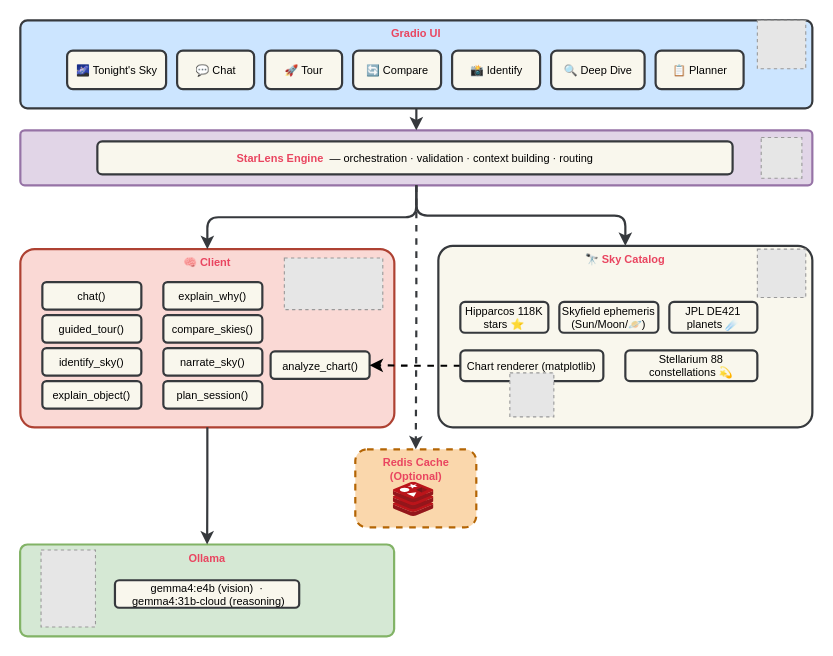
Before: docs/architecture.drawio in imjoseangel/starlens, a draw.io diagram. Source tidied: cells renumbered, new cells numbered last; positions are measured from the earlier drawing's top-left corner, leaving out a move shared by most shapes. Both pictures are drawn from the tidied source at 110%, with x=0, y=0 at pixel (20, 20). Pictures stored in the file or linked from it are replaced by grey dashed boxes.
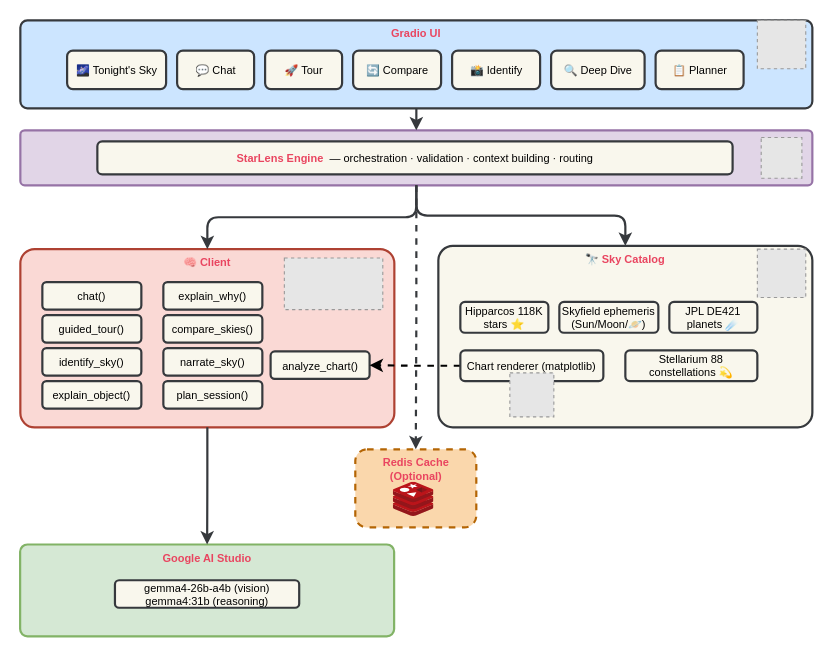
Above is the later version.

Change to the diagram source:
```diff
@@
-    <mxCell id="30" value="&lt;b style=&quot;white-space: nowrap;&quot;&gt;&lt;font color=&quot;#e94560&quot;&gt;Ollama&lt;/font&gt;&lt;/b&gt;" style="rounded=1;fillColor=#d5e8d4;strokeColor=#82b366;arcSize=8;strokeWidth=2;fontSize=10;whiteSpace=wrap;html=1;verticalAlign=top;" parent="1" vertex="1">
+    <mxCell id="30" value="&lt;font color=&quot;#e94560&quot;&gt;&lt;span style=&quot;text-wrap-mode: nowrap;&quot;&gt;&lt;b&gt;Google AI Studio&lt;/b&gt;&lt;/span&gt;&lt;/font&gt;" style="rounded=1;fillColor=#d5e8d4;strokeColor=#82b366;arcSize=8;strokeWidth=2;fontSize=10;whiteSpace=wrap;html=1;verticalAlign=top;" parent="1" vertex="1">
       <mxGeometry x="-0.2" y="476.5" width="340" height="83.5" as="geometry" />
     </mxCell>
@@
-    <mxCell id="37" value="gemma4:e4b (vision)&amp;nbsp; · &amp;nbsp;gemma4:31b-cloud (reasoning)" style="rounded=1;whiteSpace=wrap;html=1;fillColor=#f9f7ed;strokeColor=#36393d;fontSize=10;strokeWidth=2;" parent="1" vertex="1">
+    <mxCell id="37" value="gemma4-26b-a4b (vision)&lt;br&gt;gemma4:31b (reasoning)" style="rounded=1;whiteSpace=wrap;html=1;fillColor=#f9f7ed;strokeColor=#36393d;fontSize=10;strokeWidth=2;" parent="1" vertex="1">
       <mxGeometry x="86" y="509" width="167.5" height="25" as="geometry" />
     </mxCell>
-    <mxCell id="38" style="fillColor=#E6E6E6;strokeColor=#999999;dashed=1;verticalLabelPosition=bottom;labelBackgroundColor=default;verticalAlign=top;" parent="1" vertex="1">
-      <mxGeometry x="18.8" y="481.5" width="49.5" height="70" as="geometry" />
-    </mxCell>
```
